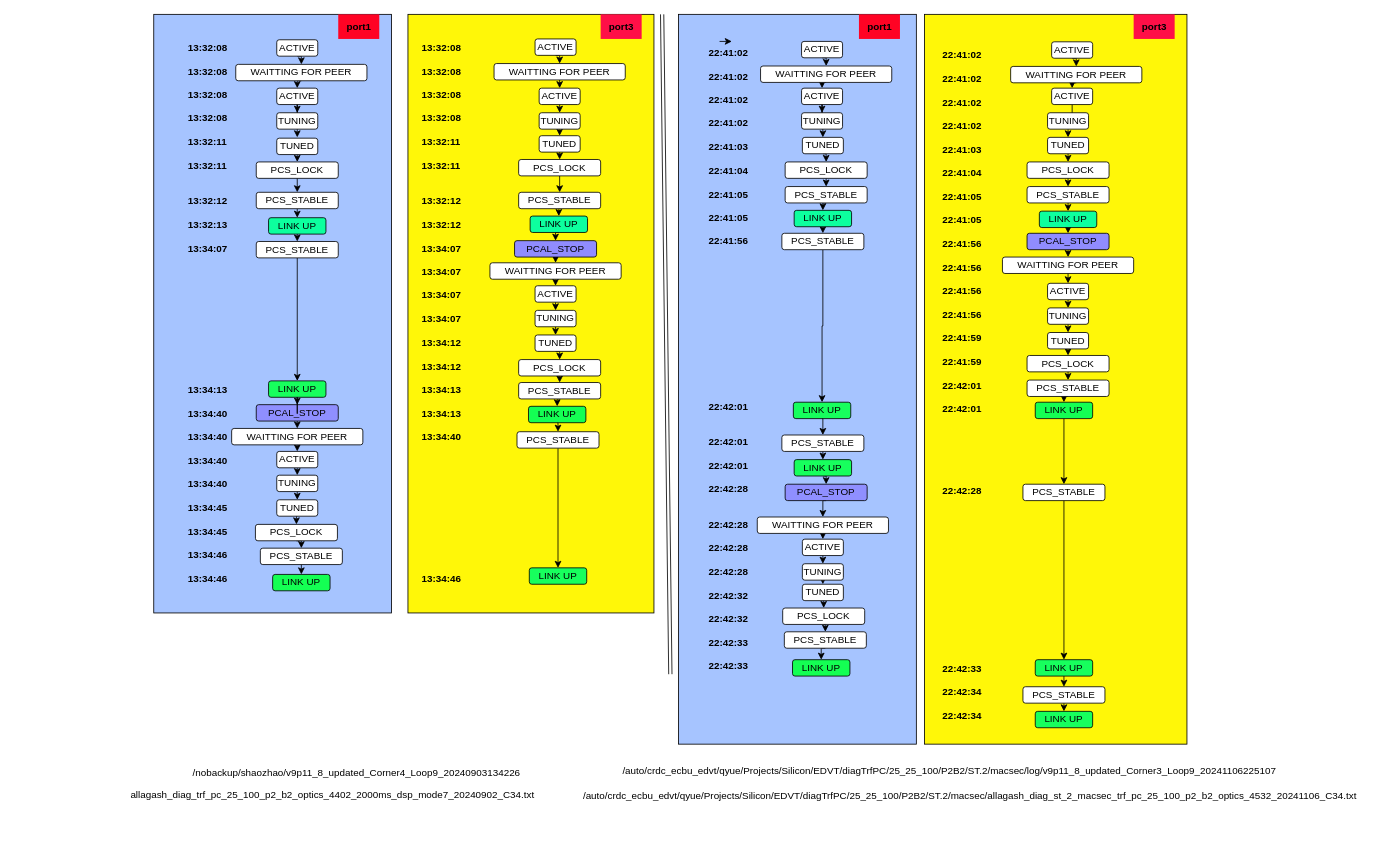
kongzhongfeima/draw_io keeps this draw.io diagram as Optics_init_state_transition_history_timestamp.drawio. Above is the earlier version. Source tidied: cells renumbered, new cells numbered last; positions are measured from the earlier drawing's top-left corner, leaving out a move shared by most shapes. Both pictures are drawn from the tidied source at 82%, with x=0, y=0 at pixel (129, 14).
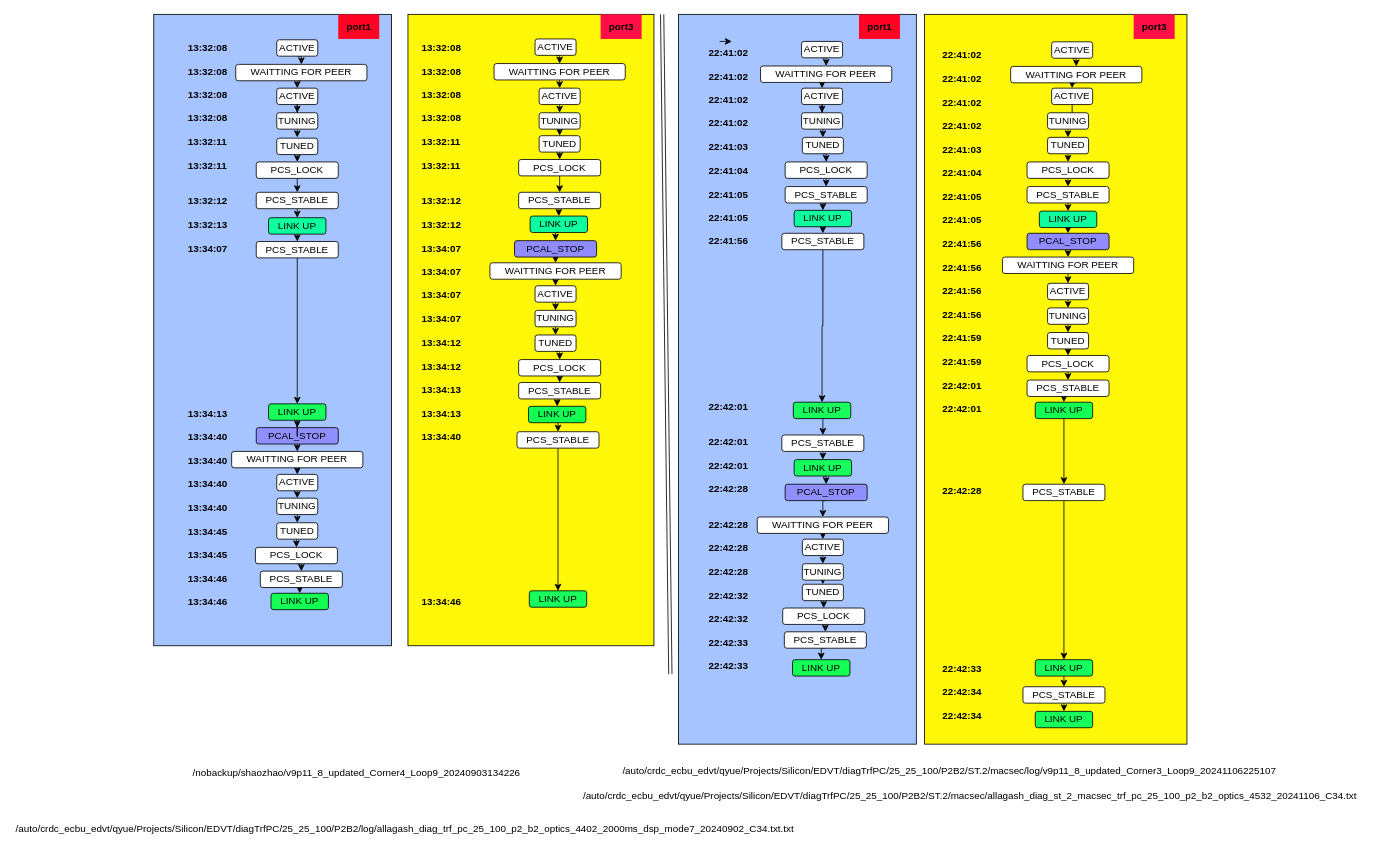
The same diagram, later.

Diff of the diagram source:
```diff
@@
     <mxCell id="2" style="whiteSpace=wrap;html=1;fillColor=#FFF708;" parent="1" vertex="1">
-      <mxGeometry x="340" width="300" height="730" as="geometry" />
+      <mxGeometry x="340" width="300" height="770" as="geometry" />
     </mxCell>
     <mxCell id="3" style="whiteSpace=wrap;html=1;fillColor=#A6C4FF;" parent="1" vertex="1">
-      <mxGeometry x="30" width="290" height="730" as="geometry" />
+      <mxGeometry x="30" width="290" height="770" as="geometry" />
     </mxCell>
@@
     <mxCell id="23" value="PCAL_STOP" style="rounded=1;whiteSpace=wrap;html=1;fillColor=#8F8FFF;" parent="1" vertex="1">
-      <mxGeometry x="155" y="476" width="100" height="20" as="geometry" />
+      <mxGeometry x="155" y="504" width="100" height="20" as="geometry" />
     </mxCell>
@@
     <mxCell id="25" value="WAITTING FOR PEER" style="rounded=1;whiteSpace=wrap;html=1;" parent="1" vertex="1">
-      <mxGeometry x="125" y="505" width="160" height="20" as="geometry" />
+      <mxGeometry x="125" y="533" width="160" height="20" as="geometry" />
     </mxCell>
@@
     <mxCell id="27" value="ACTIVE" style="rounded=1;whiteSpace=wrap;html=1;" parent="1" vertex="1">
-      <mxGeometry x="180" y="533" width="50" height="20" as="geometry" />
+      <mxGeometry x="180" y="561" width="50" height="20" as="geometry" />
     </mxCell>
@@
     <mxCell id="29" value="TUNING" style="rounded=1;whiteSpace=wrap;html=1;" parent="1" vertex="1">
-      <mxGeometry x="180" y="562" width="50" height="20" as="geometry" />
+      <mxGeometry x="180" y="590" width="50" height="20" as="geometry" />
     </mxCell>
@@
     <mxCell id="31" value="TUNED" style="rounded=1;whiteSpace=wrap;html=1;" parent="1" vertex="1">
-      <mxGeometry x="180" y="592" width="50" height="20" as="geometry" />
+      <mxGeometry x="180" y="620" width="50" height="20" as="geometry" />
     </mxCell>
@@
     <mxCell id="33" value="PCS_LOCK" style="rounded=1;whiteSpace=wrap;html=1;" parent="1" vertex="1">
-      <mxGeometry x="154" y="622" width="100" height="20" as="geometry" />
+      <mxGeometry x="154" y="650" width="100" height="20" as="geometry" />
     </mxCell>
@@
     <mxCell id="35" value="PCS_STABLE" style="rounded=1;whiteSpace=wrap;html=1;" parent="1" vertex="1">
-      <mxGeometry x="160" y="651" width="100" height="20" as="geometry" />
+      <mxGeometry x="160" y="679" width="100" height="20" as="geometry" />
     </mxCell>
     <mxCell id="36" value="LINK UP" style="rounded=1;whiteSpace=wrap;html=1;fillColor=#14FF53;" parent="1" vertex="1">
-      <mxGeometry x="175" y="683" width="70" height="20" as="geometry" />
+      <mxGeometry x="173" y="706" width="70" height="20" as="geometry" />
     </mxCell>
@@
     <mxCell id="40" value="LINK UP" style="rounded=1;whiteSpace=wrap;html=1;fillColor=#17FF5D;" parent="1" vertex="1">
-      <mxGeometry x="170" y="447" width="70" height="20" as="geometry" />
+      <mxGeometry x="170" y="475" width="70" height="20" as="geometry" />
     </mxCell>
@@
     <mxCell id="76" value="LINK UP" style="rounded=1;whiteSpace=wrap;html=1;fillColor=#17FF5D;" parent="1" vertex="1">
-      <mxGeometry x="488" y="675" width="70" height="20" as="geometry" />
+      <mxGeometry x="488" y="703" width="70" height="20" as="geometry" />
     </mxCell>
@@
-    <mxCell id="162" value="13:32:08 &#10;&#10;13:32:08&#10;&#10;13:32:08&#10;&#10;13:32:08&#10;&#10;13:32:11&#10;&#10;13:32:11 &#10;&#10;&#10;13:32:12&#10;&#10;13:32:13 &#10;&#10;13:34:07&#10;&#10;&#10;&#10;&#10;&#10;&#10;&#10;&#10;&#10;&#10;&#10;13:34:13&#10;&#10;13:34:40 &#10;&#10;13:34:40&#10;&#10;13:34:40&#10;&#10;13:34:40&#10;&#10;13:34:45&#10;&#10;13:34:45 &#10;&#10;13:34:46&#10;&#10;13:34:46" style="text;whiteSpace=wrap;fontStyle=1;" parent="1" vertex="1">
+    <mxCell id="162" value="13:32:08 &#10;&#10;13:32:08&#10;&#10;13:32:08&#10;&#10;13:32:08&#10;&#10;13:32:11&#10;&#10;13:32:11 &#10;&#10;&#10;13:32:12&#10;&#10;13:32:13 &#10;&#10;13:34:07&#10;&#10;&#10;&#10;&#10;&#10;&#10;&#10;&#10;&#10;&#10;&#10;&#10;&#10;13:34:13&#10;&#10;13:34:40 &#10;&#10;13:34:40&#10;&#10;13:34:40&#10;&#10;13:34:40&#10;&#10;13:34:45&#10;&#10;13:34:45 &#10;&#10;13:34:46&#10;&#10;13:34:46" style="text;whiteSpace=wrap;fontStyle=1;" parent="1" vertex="1">
       <mxGeometry x="70" y="27" width="80" height="770" as="geometry" />
     </mxCell>
-    <mxCell id="163" value="13:32:08 &#10;&#10;13:32:08&#10;&#10;13:32:08&#10;&#10;13:32:08&#10;&#10;13:32:11&#10;&#10;13:32:11  &#10;&#10;&#10;13:32:12&#10;&#10;13:32:12&#10;&#10;13:34:07 &#10;&#10;13:34:07&#10;&#10;13:34:07&#10;&#10;13:34:07&#10;&#10;13:34:12&#10;&#10;13:34:12 &#10;&#10;13:34:13&#10;&#10;13:34:13 &#10;&#10;13:34:40&#10;&#10;&#10;&#10;&#10;&#10;&#10;&#10;&#10;&#10;&#10;&#10;13:34:46" style="text;whiteSpace=wrap;fontStyle=1;" parent="1" vertex="1">
+    <mxCell id="163" value="13:32:08 &#10;&#10;13:32:08&#10;&#10;13:32:08&#10;&#10;13:32:08&#10;&#10;13:32:11&#10;&#10;13:32:11  &#10;&#10;&#10;13:32:12&#10;&#10;13:32:12&#10;&#10;13:34:07 &#10;&#10;13:34:07&#10;&#10;13:34:07&#10;&#10;13:34:07&#10;&#10;13:34:12&#10;&#10;13:34:12 &#10;&#10;13:34:13&#10;&#10;13:34:13 &#10;&#10;13:34:40&#10;&#10;&#10;&#10;&#10;&#10;&#10;&#10;&#10;&#10;&#10;&#10;&#10;&#10;13:34:46" style="text;whiteSpace=wrap;fontStyle=1;" parent="1" vertex="1">
       <mxGeometry x="355" y="27" width="90" height="770" as="geometry" />
     </mxCell>
@@
-    <mxCell id="167" value="allagash_diag_trf_pc_25_100_p2_b2_optics_4402_2000ms_dsp_mode7_20240902_C34.txt" style="text;whiteSpace=wrap;" parent="1" vertex="1">
-      <mxGeometry y="938" width="530" height="40" as="geometry" />
+    <mxCell id="167" value="/auto/crdc_ecbu_edvt/qyue/Projects/Silicon/EDVT/diagTrfPC/25_25_100/P2B2/log/allagash_diag_trf_pc_25_100_p2_b2_optics_4402_2000ms_dsp_mode7_20240902_C34.txt.txt" style="text;whiteSpace=wrap;" parent="1" vertex="1">
+      <mxGeometry x="-140" y="980" width="530" height="40" as="geometry" />
     </mxCell>
```
